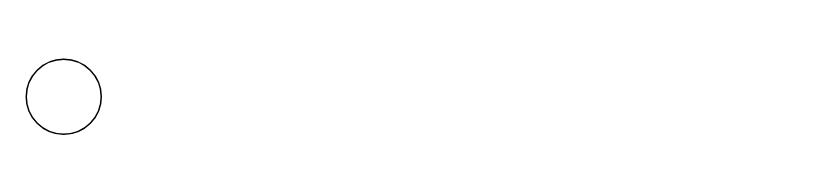
Above: Untitled Diagram.drawio in nhn019/BPMN_Model (draw.io), before the change. Source tidied: cells renumbered, new cells numbered last; positions are measured from the earlier drawing's top-left corner, leaving out a move shared by most shapes. Both pictures are drawn from the tidied source at 150%, with x=0, y=0 at pixel (26, 58).
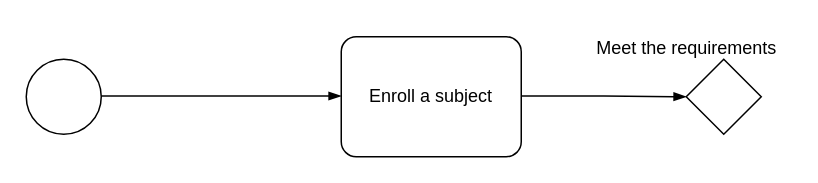
Above is the later version.

The edit, as a diff of the source:
```diff
@@
 <mxGraphModel>
   <root>
     <mxCell id="0" />
     <mxCell id="1" parent="0" />
     <mxCell id="2" style="shape=mxgraph.bpmn.event;html=1;verticalLabelPosition=bottom;labelBackgroundColor=#ffffff;verticalAlign=top;align=center;perimeter=ellipsePerimeter;outline=standard;symbol=general;" parent="1" vertex="1">
       <mxGeometry width="50" height="50" as="geometry" />
     </mxCell>
+    <mxCell id="3" style="edgeStyle=elbowEdgeStyle;fontSize=12;html=1;endArrow=blockThin;endFill=1;rounded=0;" parent="1" edge="1">
+      <mxGeometry relative="1" as="geometry">
+        <mxPoint x="50" y="24.5" as="sourcePoint" />
+        <mxPoint x="210" y="24.5" as="targetPoint" />
+      </mxGeometry>
+    </mxCell>
+    <mxCell id="4" style="points=[[0.25,0.25,0],[0.5,0,0],[0.75,0.25,0],[1,0.5,0],[0.75,0.75,0],[0.5,1,0],[0.25,0.75,0],[0,0.5,0]];shape=mxgraph.bpmn.gateway2;html=1;verticalLabelPosition=bottom;labelBackgroundColor=#ffffff;verticalAlign=top;align=center;perimeter=rhombusPerimeter;outlineConnect=0;outline=none;symbol=none;" parent="1" vertex="1">
+      <mxGeometry x="440" width="50" height="50" as="geometry" />
+    </mxCell>
+    <mxCell id="5" value="Enroll a subject" style="shape=mxgraph.bpmn.task;whiteSpace=wrap;rectStyle=rounded;size=10;html=1;taskMarker=abstract;" parent="1" vertex="1">
+      <mxGeometry x="210" y="-15" width="120" height="80" as="geometry" />
+    </mxCell>
+    <mxCell id="6" style="edgeStyle=elbowEdgeStyle;fontSize=12;html=1;endArrow=blockThin;endFill=1;rounded=0;entryX=0;entryY=0.5;entryDx=0;entryDy=0;entryPerimeter=0;" parent="1" edge="1" target="4">
+      <mxGeometry relative="1" as="geometry">
+        <mxPoint x="330" y="24.5" as="sourcePoint" />
+      </mxGeometry>
+    </mxCell>
+    <mxCell id="7" value="Meet the requirements" style="text;html=1;align=center;verticalAlign=middle;strokeColor=none;fillColor=none;" parent="1" vertex="1">
+      <mxGeometry x="370" y="-22" width="140" height="30" as="geometry" />
+    </mxCell>
   </root>
 </mxGraphModel>
```
